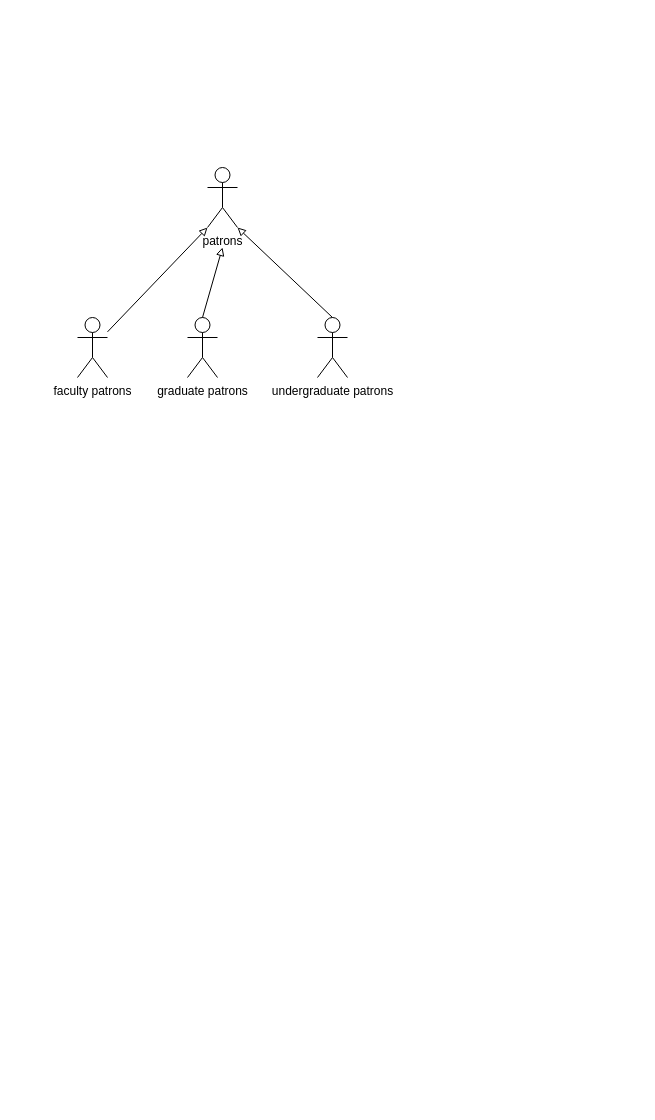
Earlier version of the draw.io diagram T2Q2.drawio (tautauon/AHH). Source tidied: cells renumbered, new cells numbered last; positions are measured from the earlier drawing's top-left corner, leaving out a move shared by most shapes. Both pictures are drawn from the tidied source at 100%, with x=0, y=0 at pixel (77, 167).
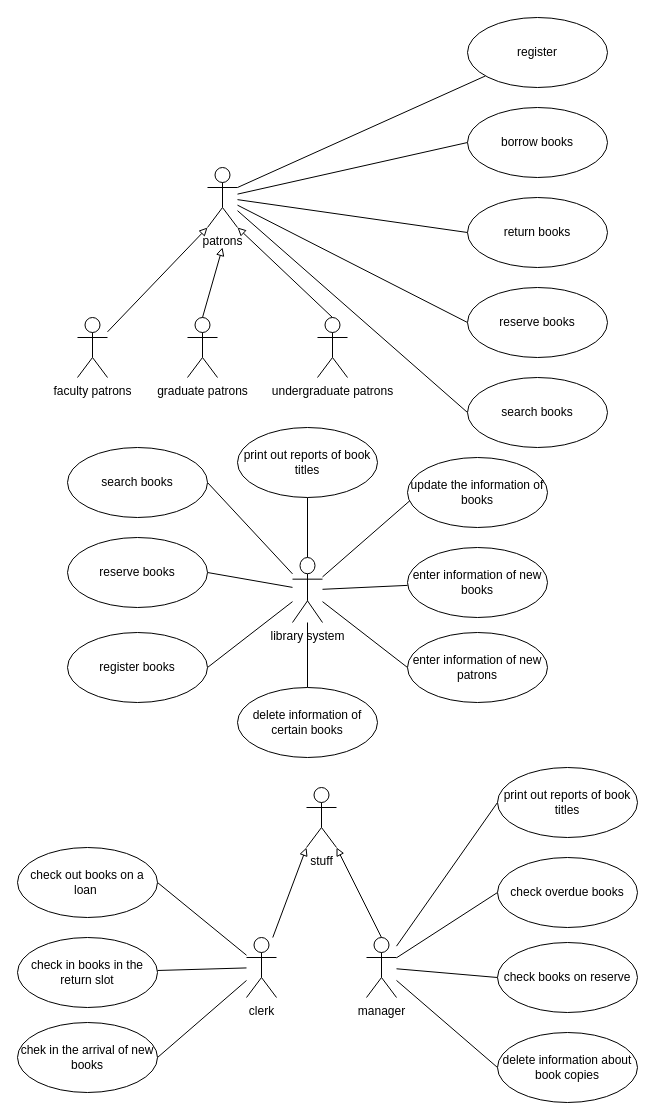
The same diagram, later.

Unchanged cells that the change refers to:
```xml
<mxCell id="2" value="patrons" style="shape=umlActor;verticalLabelPosition=bottom;verticalAlign=top;html=1;outlineConnect=0;" parent="1" vertex="1">
  <mxGeometry x="130" width="30" height="60" as="geometry" />
</mxCell>
```

The edit, as a diff of the source:
```diff
@@
+    <mxCell id="9" style="edgeStyle=none;shape=connector;rounded=0;jettySize=auto;html=1;entryX=0;entryY=0.5;entryDx=0;entryDy=0;labelBackgroundColor=default;strokeColor=default;fontFamily=Helvetica;fontSize=11;fontColor=default;endArrow=none;endFill=0;" parent="1" edge="1" source="2" target="13">
+      <mxGeometry relative="1" as="geometry" />
+    </mxCell>
+    <mxCell id="10" style="edgeStyle=none;shape=connector;rounded=0;jettySize=auto;html=1;entryX=0;entryY=0.5;entryDx=0;entryDy=0;labelBackgroundColor=default;strokeColor=default;fontFamily=Helvetica;fontSize=11;fontColor=default;endArrow=none;endFill=0;" parent="1" edge="1" source="2" target="18">
+      <mxGeometry relative="1" as="geometry" />
+    </mxCell>
+    <mxCell id="11" style="edgeStyle=none;shape=connector;rounded=0;jettySize=auto;html=1;entryX=0;entryY=0.5;entryDx=0;entryDy=0;labelBackgroundColor=default;strokeColor=default;fontFamily=Helvetica;fontSize=11;fontColor=default;endArrow=none;endFill=0;" parent="1" edge="1" source="2" target="16">
+      <mxGeometry relative="1" as="geometry" />
+    </mxCell>
+    <mxCell id="12" style="edgeStyle=none;shape=connector;rounded=0;jettySize=auto;html=1;entryX=0;entryY=0.5;entryDx=0;entryDy=0;labelBackgroundColor=default;strokeColor=default;fontFamily=Helvetica;fontSize=11;fontColor=default;endArrow=none;endFill=0;" parent="1" edge="1" source="2" target="17">
+      <mxGeometry relative="1" as="geometry" />
+    </mxCell>
@@
+    <mxCell id="13" value="borrow books" style="ellipse;whiteSpace=wrap;html=1;" parent="1" vertex="1">
+      <mxGeometry x="390" y="-60" width="140" height="70" as="geometry" />
+    </mxCell>
+    <mxCell id="14" style="edgeStyle=none;shape=connector;rounded=0;jettySize=auto;html=1;entryX=1;entryY=0.3333333333333333;entryDx=0;entryDy=0;entryPerimeter=0;labelBackgroundColor=default;strokeColor=default;fontFamily=Helvetica;fontSize=11;fontColor=default;endArrow=none;endFill=0;" parent="1" edge="1" source="15" target="2">
+      <mxGeometry relative="1" as="geometry" />
+    </mxCell>
+    <mxCell id="15" value="register" style="ellipse;whiteSpace=wrap;html=1;" parent="1" vertex="1">
+      <mxGeometry x="390" y="-150" width="140" height="70" as="geometry" />
+    </mxCell>
+    <mxCell id="16" value="reserve books" style="ellipse;whiteSpace=wrap;html=1;" parent="1" vertex="1">
+      <mxGeometry x="390" y="120" width="140" height="70" as="geometry" />
+    </mxCell>
+    <mxCell id="17" value="search books" style="ellipse;whiteSpace=wrap;html=1;" parent="1" vertex="1">
+      <mxGeometry x="390" y="210" width="140" height="70" as="geometry" />
+    </mxCell>
+    <mxCell id="18" value="return books" style="ellipse;whiteSpace=wrap;html=1;" parent="1" vertex="1">
+      <mxGeometry x="390" y="30" width="140" height="70" as="geometry" />
+    </mxCell>
+    <mxCell id="19" style="edgeStyle=none;shape=connector;rounded=0;jettySize=auto;html=1;labelBackgroundColor=default;strokeColor=default;fontFamily=Helvetica;fontSize=11;fontColor=default;endArrow=none;endFill=0;" parent="1" edge="1" source="27" target="53">
+      <mxGeometry relative="1" as="geometry" />
+    </mxCell>
+    <mxCell id="20" style="edgeStyle=none;shape=connector;rounded=0;jettySize=auto;html=1;entryX=0.021;entryY=0.61;entryDx=0;entryDy=0;entryPerimeter=0;labelBackgroundColor=default;strokeColor=default;fontFamily=Helvetica;fontSize=11;fontColor=default;endArrow=none;endFill=0;" parent="1" edge="1" source="27" target="54">
+      <mxGeometry relative="1" as="geometry" />
+    </mxCell>
+    <mxCell id="21" style="edgeStyle=none;shape=connector;rounded=0;jettySize=auto;html=1;labelBackgroundColor=default;strokeColor=default;fontFamily=Helvetica;fontSize=11;fontColor=default;endArrow=none;endFill=0;" parent="1" edge="1" source="27" target="51">
+      <mxGeometry relative="1" as="geometry" />
+    </mxCell>
+    <mxCell id="22" style="edgeStyle=none;shape=connector;rounded=0;jettySize=auto;html=1;entryX=0;entryY=0.5;entryDx=0;entryDy=0;labelBackgroundColor=default;strokeColor=default;fontFamily=Helvetica;fontSize=11;fontColor=default;endArrow=none;endFill=0;" parent="1" edge="1" source="27" target="52">
+      <mxGeometry relative="1" as="geometry" />
+    </mxCell>
+    <mxCell id="23" style="edgeStyle=none;shape=connector;rounded=0;jettySize=auto;html=1;entryX=0.5;entryY=0;entryDx=0;entryDy=0;labelBackgroundColor=default;strokeColor=default;fontFamily=Helvetica;fontSize=11;fontColor=default;endArrow=none;endFill=0;" parent="1" edge="1" source="27" target="50">
+      <mxGeometry relative="1" as="geometry" />
+    </mxCell>
+    <mxCell id="24" style="edgeStyle=none;shape=connector;rounded=0;jettySize=auto;html=1;entryX=1;entryY=0.5;entryDx=0;entryDy=0;labelBackgroundColor=default;strokeColor=default;fontFamily=Helvetica;fontSize=11;fontColor=default;endArrow=none;endFill=0;" parent="1" edge="1" source="27" target="49">
+      <mxGeometry relative="1" as="geometry" />
+    </mxCell>
+    <mxCell id="25" style="edgeStyle=none;shape=connector;rounded=0;jettySize=auto;html=1;entryX=1;entryY=0.5;entryDx=0;entryDy=0;labelBackgroundColor=default;strokeColor=default;fontFamily=Helvetica;fontSize=11;fontColor=default;endArrow=none;endFill=0;" parent="1" edge="1" source="27" target="48">
+      <mxGeometry relative="1" as="geometry" />
+    </mxCell>
+    <mxCell id="26" style="edgeStyle=none;shape=connector;rounded=0;jettySize=auto;html=1;entryX=1;entryY=0.5;entryDx=0;entryDy=0;labelBackgroundColor=default;strokeColor=default;fontFamily=Helvetica;fontSize=11;fontColor=default;endArrow=none;endFill=0;" parent="1" edge="1" source="27" target="47">
+      <mxGeometry relative="1" as="geometry" />
+    </mxCell>
+    <mxCell id="27" value="library system" style="shape=umlActor;verticalLabelPosition=bottom;verticalAlign=top;html=1;outlineConnect=0;" parent="1" vertex="1">
+      <mxGeometry x="215" y="390" width="30" height="65" as="geometry" />
+    </mxCell>
+    <mxCell id="28" value="stuff" style="shape=umlActor;verticalLabelPosition=bottom;verticalAlign=top;html=1;outlineConnect=0;" parent="1" vertex="1">
+      <mxGeometry x="229" y="620" width="30" height="60" as="geometry" />
+    </mxCell>
+    <mxCell id="29" style="rounded=0;jettySize=auto;html=1;entryX=0;entryY=1;entryDx=0;entryDy=0;entryPerimeter=0;endArrow=block;endFill=0;" parent="1" edge="1" source="33" target="28">
+      <mxGeometry relative="1" as="geometry" />
+    </mxCell>
+    <mxCell id="30" style="rounded=0;jettySize=auto;html=1;endArrow=none;endFill=0;entryX=1;entryY=0.5;entryDx=0;entryDy=0;" parent="1" edge="1" source="33" target="40">
+      <mxGeometry relative="1" as="geometry" />
+    </mxCell>
+    <mxCell id="31" style="edgeStyle=none;shape=connector;rounded=0;jettySize=auto;html=1;labelBackgroundColor=default;strokeColor=default;fontFamily=Helvetica;fontSize=11;fontColor=default;endArrow=none;endFill=0;entryX=1;entryY=0.5;entryDx=0;entryDy=0;" parent="1" edge="1" source="33" target="42">
+      <mxGeometry relative="1" as="geometry" />
+    </mxCell>
+    <mxCell id="32" style="edgeStyle=none;shape=connector;rounded=0;jettySize=auto;html=1;labelBackgroundColor=default;strokeColor=default;fontFamily=Helvetica;fontSize=11;fontColor=default;endArrow=none;endFill=0;" parent="1" edge="1" source="33" target="41">
+      <mxGeometry relative="1" as="geometry" />
+    </mxCell>
+    <mxCell id="33" value="clerk" style="shape=umlActor;verticalLabelPosition=bottom;verticalAlign=top;html=1;outlineConnect=0;" parent="1" vertex="1">
+      <mxGeometry x="169" y="770" width="30" height="60" as="geometry" />
+    </mxCell>
+    <mxCell id="34" style="edgeStyle=none;shape=connector;rounded=0;jettySize=auto;html=1;entryX=0;entryY=0.5;entryDx=0;entryDy=0;labelBackgroundColor=default;strokeColor=default;fontFamily=Helvetica;fontSize=11;fontColor=default;endArrow=none;endFill=0;" parent="1" edge="1" source="38" target="43">
+      <mxGeometry relative="1" as="geometry" />
+    </mxCell>
+    <mxCell id="35" style="edgeStyle=none;shape=connector;rounded=0;jettySize=auto;html=1;entryX=0;entryY=0.5;entryDx=0;entryDy=0;labelBackgroundColor=default;strokeColor=default;fontFamily=Helvetica;fontSize=11;fontColor=default;endArrow=none;endFill=0;" parent="1" edge="1" source="38" target="44">
+      <mxGeometry relative="1" as="geometry" />
+    </mxCell>
+    <mxCell id="36" style="edgeStyle=none;shape=connector;rounded=0;jettySize=auto;html=1;entryX=0;entryY=0.5;entryDx=0;entryDy=0;labelBackgroundColor=default;strokeColor=default;fontFamily=Helvetica;fontSize=11;fontColor=default;endArrow=none;endFill=0;" parent="1" edge="1" source="38" target="45">
+      <mxGeometry relative="1" as="geometry" />
+    </mxCell>
+    <mxCell id="37" style="edgeStyle=none;shape=connector;rounded=0;jettySize=auto;html=1;entryX=0;entryY=0.5;entryDx=0;entryDy=0;labelBackgroundColor=default;strokeColor=default;fontFamily=Helvetica;fontSize=11;fontColor=default;endArrow=none;endFill=0;" parent="1" edge="1" source="38" target="46">
+      <mxGeometry relative="1" as="geometry" />
+    </mxCell>
+    <mxCell id="38" value="manager" style="shape=umlActor;verticalLabelPosition=bottom;verticalAlign=top;html=1;outlineConnect=0;" parent="1" vertex="1">
+      <mxGeometry x="289" y="770" width="30" height="60" as="geometry" />
+    </mxCell>
+    <mxCell id="39" style="rounded=0;jettySize=auto;html=1;entryX=1;entryY=1;entryDx=0;entryDy=0;entryPerimeter=0;endArrow=block;endFill=0;exitX=0.5;exitY=0;exitDx=0;exitDy=0;exitPerimeter=0;" parent="1" edge="1" source="38" target="28">
+      <mxGeometry relative="1" as="geometry" />
+    </mxCell>
+    <mxCell id="40" value="check out books on a loan&amp;nbsp;" style="ellipse;whiteSpace=wrap;html=1;" parent="1" vertex="1">
+      <mxGeometry x="-60" y="680" width="140" height="70" as="geometry" />
+    </mxCell>
+    <mxCell id="41" value="check in books in the return slot" style="ellipse;whiteSpace=wrap;html=1;" parent="1" vertex="1">
+      <mxGeometry x="-60" y="770" width="140" height="70" as="geometry" />
+    </mxCell>
+    <mxCell id="42" value="chek in the arrival of new books" style="ellipse;whiteSpace=wrap;html=1;" parent="1" vertex="1">
+      <mxGeometry x="-60" y="855" width="140" height="70" as="geometry" />
+    </mxCell>
+    <mxCell id="43" value="print out reports of book titles" style="ellipse;whiteSpace=wrap;html=1;" parent="1" vertex="1">
+      <mxGeometry x="420" y="600" width="140" height="70" as="geometry" />
+    </mxCell>
+    <mxCell id="44" value="check&amp;nbsp;overdue books" style="ellipse;whiteSpace=wrap;html=1;" parent="1" vertex="1">
+      <mxGeometry x="420" y="690" width="140" height="70" as="geometry" />
+    </mxCell>
+    <mxCell id="45" value="check books on reserve" style="ellipse;whiteSpace=wrap;html=1;" parent="1" vertex="1">
+      <mxGeometry x="420" y="775" width="140" height="70" as="geometry" />
+    </mxCell>
+    <mxCell id="46" value="delete information about book copies" style="ellipse;whiteSpace=wrap;html=1;" parent="1" vertex="1">
+      <mxGeometry x="420" y="865" width="140" height="70" as="geometry" />
+    </mxCell>
+    <mxCell id="47" value="search books" style="ellipse;whiteSpace=wrap;html=1;" parent="1" vertex="1">
+      <mxGeometry x="-10" y="280" width="140" height="70" as="geometry" />
+    </mxCell>
+    <mxCell id="48" value="reserve books" style="ellipse;whiteSpace=wrap;html=1;" parent="1" vertex="1">
+      <mxGeometry x="-10" y="370" width="140" height="70" as="geometry" />
+    </mxCell>
+    <mxCell id="49" value="register books" style="ellipse;whiteSpace=wrap;html=1;" parent="1" vertex="1">
+      <mxGeometry x="-10" y="465" width="140" height="70" as="geometry" />
+    </mxCell>
+    <mxCell id="50" value="delete information of certain books" style="ellipse;whiteSpace=wrap;html=1;" parent="1" vertex="1">
+      <mxGeometry x="160" y="520" width="140" height="70" as="geometry" />
+    </mxCell>
+    <mxCell id="51" value="enter information of new books" style="ellipse;whiteSpace=wrap;html=1;" parent="1" vertex="1">
+      <mxGeometry x="330" y="380" width="140" height="70" as="geometry" />
+    </mxCell>
+    <mxCell id="52" value="enter information of new patrons" style="ellipse;whiteSpace=wrap;html=1;" parent="1" vertex="1">
+      <mxGeometry x="330" y="465" width="140" height="70" as="geometry" />
+    </mxCell>
+    <mxCell id="53" value="print out reports of book titles" style="ellipse;whiteSpace=wrap;html=1;" parent="1" vertex="1">
+      <mxGeometry x="160" y="260" width="140" height="70" as="geometry" />
+    </mxCell>
+    <mxCell id="54" value="update the information of books" style="ellipse;whiteSpace=wrap;html=1;" parent="1" vertex="1">
+      <mxGeometry x="330" y="290" width="140" height="70" as="geometry" />
+    </mxCell>
```
